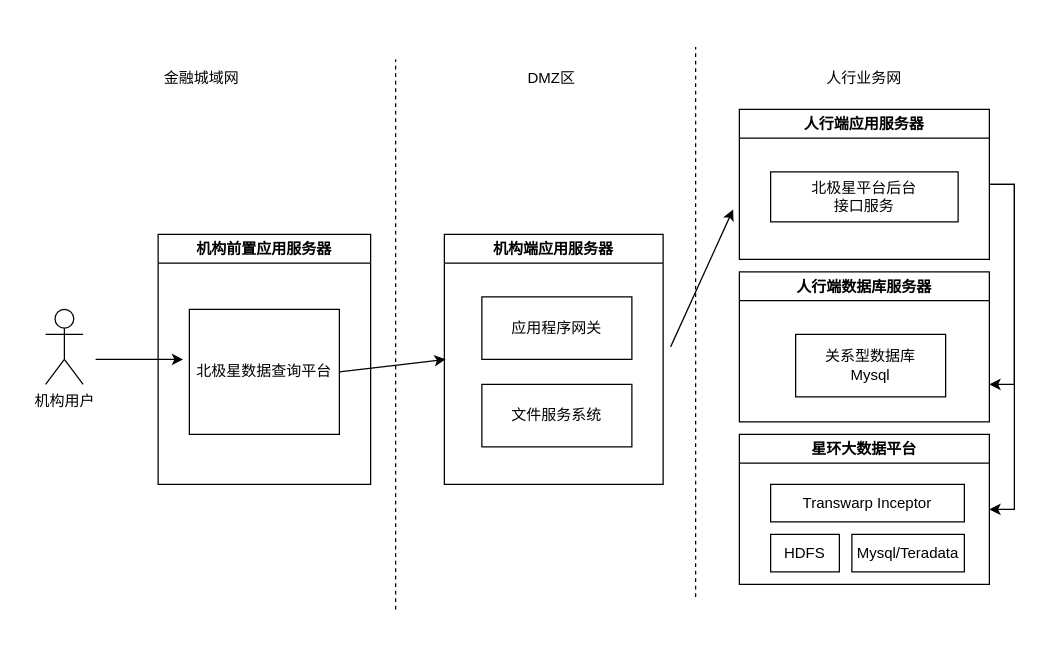
Above: 北极星网络架构.drawio in developSir/repository (draw.io), before the change. Source tidied: cells renumbered, new cells numbered last; positions are measured from the earlier drawing's top-left corner, leaving out a move shared by most shapes. Both pictures are drawn from the tidied source at 125%, with x=0, y=0 at pixel (45, 46).
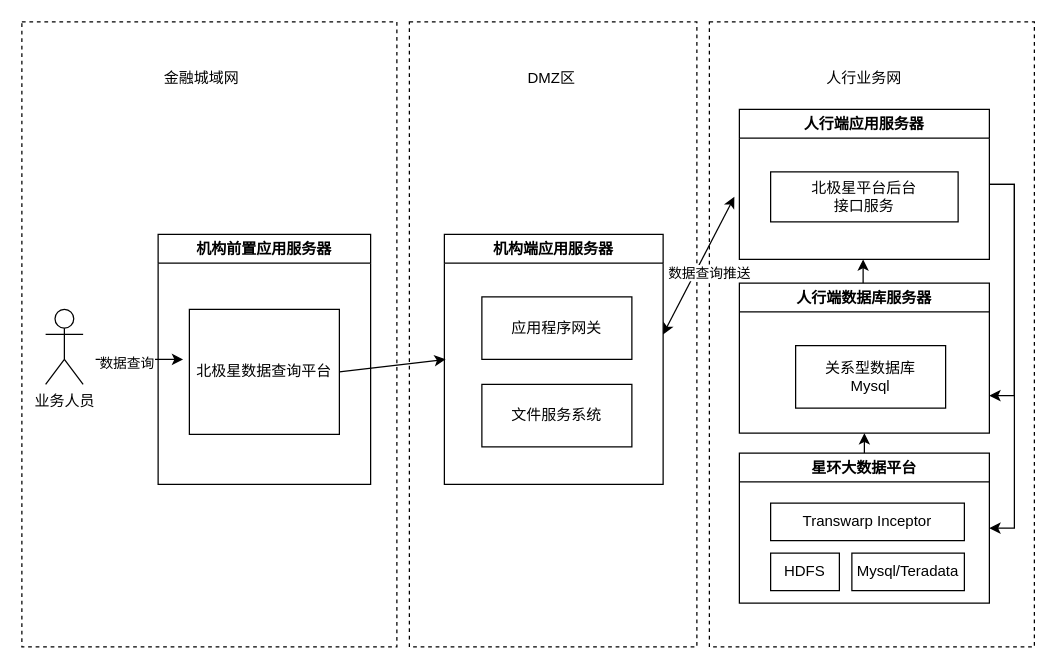
After the change.

Commit message (it also covers changes not shown here):
更新北极星网络架构.drawio

The change refers to these unchanged cells:
```xml
<mxCell id="13" style="endArrow=classic;html=1;rounded=0;" parent="1" edge="1">
  <mxGeometry relative="1" as="geometry">
    <mxPoint x="40" y="250" as="sourcePoint" />
    <mxPoint x="110" y="250" as="targetPoint" />
  </mxGeometry>
</mxCell>
<mxCell id="17" value="人行端应用服务器" style="swimlane;" parent="1" vertex="1">
  <mxGeometry x="555" y="50" width="200" height="120" as="geometry" />
</mxCell>
```

Change to the diagram source:
```diff
@@
-    <mxCell id="2" style="endArrow=none;dashed=1;html=1;rounded=0;" parent="1" edge="1">
-      <mxGeometry relative="1" as="geometry">
-        <mxPoint x="280" y="450" as="sourcePoint" />
-        <mxPoint x="280" y="10" as="targetPoint" />
-      </mxGeometry>
-    </mxCell>
-    <mxCell id="3" style="endArrow=none;dashed=1;html=1;rounded=0;" parent="1" edge="1">
-      <mxGeometry relative="1" as="geometry">
-        <mxPoint x="520" y="440" as="sourcePoint" />
-        <mxPoint x="520" as="targetPoint" />
-      </mxGeometry>
-    </mxCell>
+    <mxCell id="26" style="rounded=0;whiteSpace=wrap;html=1;dashed=1;" parent="1" vertex="1">
+      <mxGeometry x="531" y="-20" width="260" height="500" as="geometry" />
+    </mxCell>
+    <mxCell id="27" style="rounded=0;whiteSpace=wrap;html=1;dashed=1;" parent="1" vertex="1">
+      <mxGeometry x="291" y="-20" width="230" height="500" as="geometry" />
+    </mxCell>
+    <mxCell id="28" style="rounded=0;whiteSpace=wrap;html=1;dashed=1;" parent="1" vertex="1">
+      <mxGeometry x="-19" y="-20" width="300" height="500" as="geometry" />
+    </mxCell>
@@
-    <mxCell id="7" value="机构用户" style="shape=umlActor;verticalLabelPosition=bottom;verticalAlign=top;html=1;" parent="1" vertex="1">
+    <mxCell id="7" value="业务人员" style="shape=umlActor;verticalLabelPosition=bottom;verticalAlign=top;html=1;" parent="1" vertex="1">
       <mxGeometry y="210" width="30" height="60" as="geometry" />
     </mxCell>
@@
+    <mxCell id="29" value="数据查询" style="edgeLabel;html=1;align=center;verticalAlign=middle;" parent="13" vertex="1">
+      <mxGeometry x="-0.31" y="-2" relative="1" as="geometry" />
+    </mxCell>
@@
-    <mxCell id="19" style="endArrow=classic;html=1;rounded=0;" parent="17" edge="1">
-      <mxGeometry relative="1" as="geometry">
-        <mxPoint x="-55" y="190" as="sourcePoint" />
-        <mxPoint x="-5" y="80" as="targetPoint" />
-      </mxGeometry>
-    </mxCell>
+    <mxCell id="30" style="edgeStyle=orthogonalEdgeStyle;rounded=0;orthogonalLoop=1;jettySize=auto;html=1;exitX=0.25;exitY=0;exitDx=0;exitDy=0;entryX=0.25;entryY=1;entryDx=0;entryDy=0;" parent="1" edge="1">
+      <mxGeometry relative="1" as="geometry">
+        <mxPoint x="654" y="189" as="sourcePoint" />
+        <mxPoint x="654" y="170" as="targetPoint" />
+      </mxGeometry>
+    </mxCell>
     <mxCell id="20" value="人行端数据库服务器" style="swimlane;" parent="1" vertex="1">
-      <mxGeometry x="555" y="180" width="200" height="120" as="geometry" />
+      <mxGeometry x="555" y="189" width="200" height="120" as="geometry" />
     </mxCell>
@@
+    <mxCell id="31" style="edgeStyle=orthogonalEdgeStyle;rounded=0;jettySize=auto;html=1;exitX=0.5;exitY=0;exitDx=0;exitDy=0;entryX=0.5;entryY=1;entryDx=0;entryDy=0;" parent="1" edge="1" source="22" target="20">
+      <mxGeometry relative="1" as="geometry" />
+    </mxCell>
     <mxCell id="22" value="星环大数据平台" style="swimlane;" parent="1" vertex="1">
-      <mxGeometry x="555" y="310" width="200" height="120" as="geometry" />
+      <mxGeometry x="555" y="325" width="200" height="120" as="geometry" />
     </mxCell>
@@
+    <mxCell id="32" style="endArrow=classic;startArrow=classic;html=1;rounded=0;" parent="1" edge="1">
+      <mxGeometry relative="1" as="geometry">
+        <mxPoint x="494" y="230" as="sourcePoint" />
+        <mxPoint x="551" y="120" as="targetPoint" />
+      </mxGeometry>
+    </mxCell>
+    <mxCell id="33" value="数据查询推送" style="edgeLabel;html=1;align=center;verticalAlign=middle;" parent="32" vertex="1">
+      <mxGeometry x="0.33" y="2" relative="1" as="geometry">
+        <mxPoint x="1" y="24" as="offset" />
+      </mxGeometry>
+    </mxCell>
```
